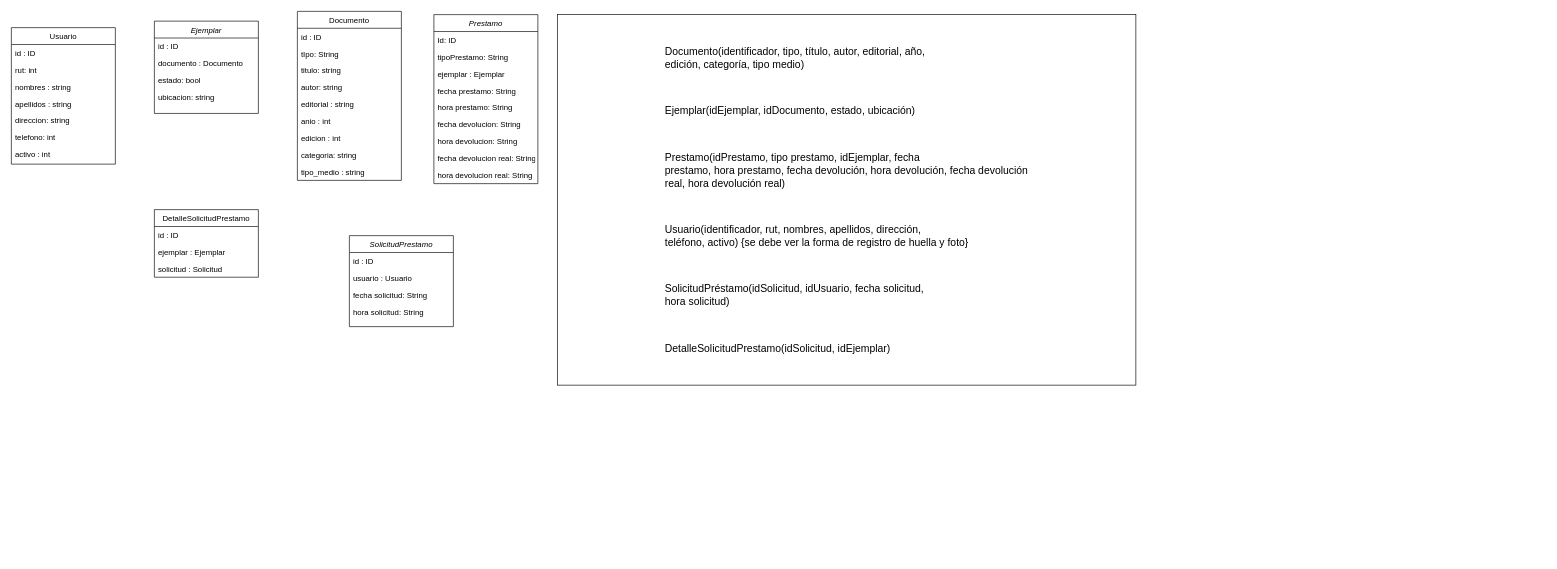
The draw.io diagram Datos/Untitled Diagram.drawio in Mewsho/Muni-Book, before the edit. Source tidied: cells renumbered, new cells numbered last; positions are measured from the earlier drawing's top-left corner, leaving out a move shared by most shapes. Both pictures are drawn from the tidied source at 65%, with x=0, y=0 at pixel (11, 11).
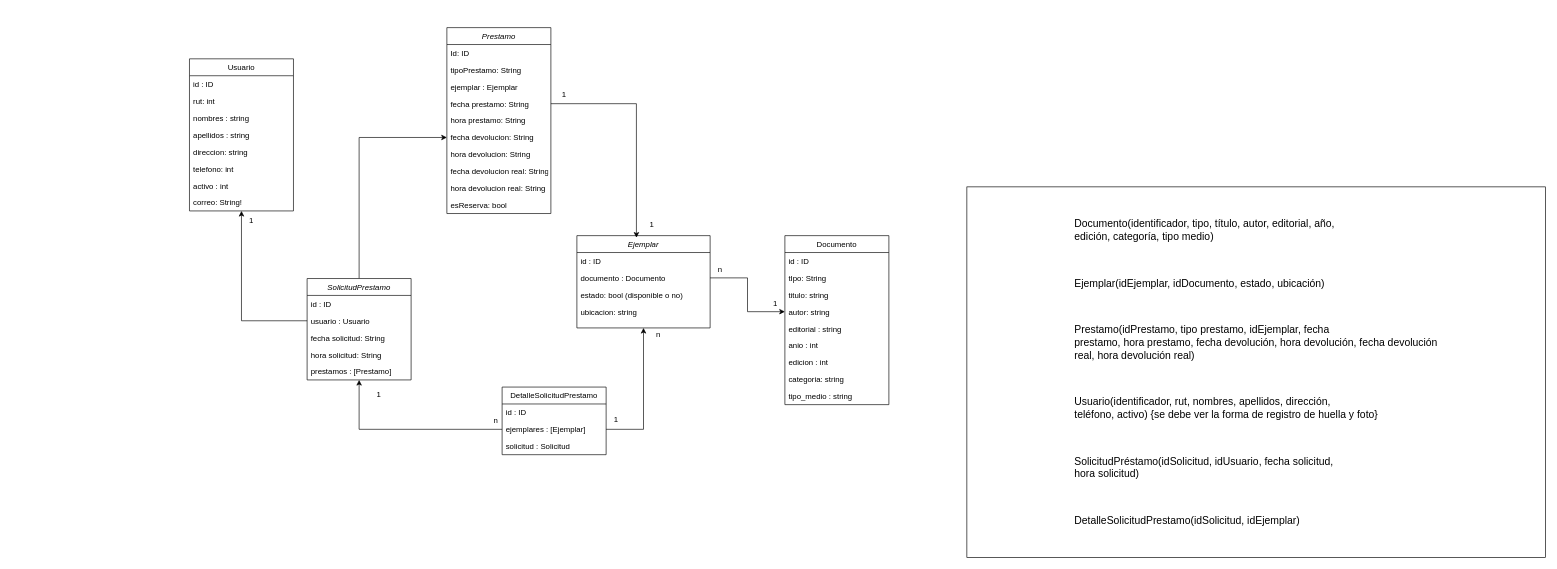
Above is the later version.

The change refers to these unchanged cells:
```xml
<mxCell id="12" value="autor: string" style="text;align=left;verticalAlign=top;spacingLeft=4;spacingRight=4;overflow=hidden;points=[[0,0.5],[1,0.5]];portConstraint=eastwest;" parent="8" vertex="1">
  <mxGeometry y="104" width="160" height="26" as="geometry" />
</mxCell>
<mxCell id="22" value="fecha prestamo: String" style="text;align=left;verticalAlign=top;spacingLeft=4;spacingRight=4;overflow=hidden;points=[[0,0.5],[1,0.5]];portConstraint=eastwest;rounded=0;shadow=0;html=0;" parent="18" vertex="1">
  <mxGeometry y="104" width="160" height="26" as="geometry" />
</mxCell>
<mxCell id="24" value="fecha devolucion: String" style="text;align=left;verticalAlign=top;spacingLeft=4;spacingRight=4;overflow=hidden;points=[[0,0.5],[1,0.5]];portConstraint=eastwest;rounded=0;shadow=0;html=0;" parent="18" vertex="1">
  <mxGeometry y="156" width="160" height="26" as="geometry" />
</mxCell>
<mxCell id="38" value="usuario : Usuario" style="text;align=left;verticalAlign=top;spacingLeft=4;spacingRight=4;overflow=hidden;points=[[0,0.5],[1,0.5]];portConstraint=eastwest;rounded=0;shadow=0;html=0;" parent="36" vertex="1">
  <mxGeometry y="52" width="160" height="26" as="geometry" />
</mxCell>
```

Change to the diagram source:
```diff
@@
     <mxCell id="2" value="&lt;p style=&quot;text-align:justify&quot; class=&quot;MsoNormal&quot;&gt;&lt;span style=&quot;font-size:12.0pt;&lt;br/&gt;line-height:115%&quot;&gt;Documento(identificador, tipo, título, autor, editorial, año,&lt;br/&gt;edición, categoría, tipo medio)&lt;/span&gt;&lt;/p&gt;&lt;br/&gt;&lt;br/&gt;&lt;p style=&quot;text-align:justify&quot; class=&quot;MsoNormal&quot;&gt;&lt;span style=&quot;font-size:12.0pt;&lt;br/&gt;line-height:115%&quot;&gt;Ejemplar(idEjemplar, idDocumento, estado, ubicación)&lt;/span&gt;&lt;/p&gt;&lt;br/&gt;&lt;br/&gt;&lt;p style=&quot;text-align:justify&quot; class=&quot;MsoNormal&quot;&gt;&lt;span style=&quot;font-size:12.0pt;&lt;br/&gt;line-height:115%&quot;&gt;Prestamo(idPrestamo, tipo prestamo, idEjemplar, fecha&lt;br/&gt;prestamo, hora prestamo, fecha devolución, hora devolución, fecha devolución&lt;br/&gt;real, hora devolución real)&lt;/span&gt;&lt;/p&gt;&lt;br/&gt;&lt;br/&gt;&lt;p style=&quot;text-align:justify&quot; class=&quot;MsoNormal&quot;&gt;&lt;span style=&quot;font-size:12.0pt;&lt;br/&gt;line-height:115%&quot;&gt;Usuario(identificador, rut, nombres, apellidos, dirección,&lt;br/&gt;teléfono, activo) {se debe ver la forma de registro de huella y foto}&lt;/span&gt;&lt;/p&gt;&lt;br/&gt;&lt;br/&gt;&lt;p style=&quot;text-align:justify&quot; class=&quot;MsoNormal&quot;&gt;&lt;span style=&quot;font-size:12.0pt;&lt;br/&gt;line-height:115%&quot;&gt;SolicitudPréstamo(idSolicitud, idUsuario, fecha solicitud,&lt;br/&gt;hora solicitud)&lt;/span&gt;&lt;/p&gt;&lt;br/&gt;&lt;br/&gt;&lt;p style=&quot;text-align:justify&quot; class=&quot;MsoNormal&quot;&gt;&lt;span style=&quot;font-size:12.0pt;&lt;br/&gt;line-height:115%&quot;&gt;DetalleSolicitudPrestamo(idSolicitud, idEjemplar)&lt;/span&gt;&lt;/p&gt;" style="rounded=0;whiteSpace=wrap;html=1;" parent="1" vertex="1">
-      <mxGeometry x="840" y="5" width="890" height="570" as="geometry" />
+      <mxGeometry x="1470" y="270" width="890" height="570" as="geometry" />
     </mxCell>
     <mxCell id="3" value="Ejemplar" style="swimlane;fontStyle=2;align=center;verticalAlign=top;horizontal=1;startSize=26;rounded=0;shadow=0;strokeWidth=1;" parent="1" vertex="1">
-      <mxGeometry x="220" y="15" width="160" height="142" as="geometry" />
+      <mxGeometry x="870" y="345" width="205" height="142" as="geometry" />
     </mxCell>
     <mxCell id="4" value="id : ID" style="text;align=left;verticalAlign=top;spacingLeft=4;spacingRight=4;overflow=hidden;" parent="3" vertex="1">
-      <mxGeometry y="26" width="160" height="26" as="geometry" />
+      <mxGeometry y="26" width="205" height="26" as="geometry" />
     </mxCell>
     <mxCell id="5" value="documento : Documento" style="text;align=left;verticalAlign=top;spacingLeft=4;spacingRight=4;overflow=hidden;points=[[0,0.5],[1,0.5]];portConstraint=eastwest;rounded=0;shadow=0;html=0;" parent="3" vertex="1">
-      <mxGeometry y="52" width="160" height="26" as="geometry" />
+      <mxGeometry y="52" width="205" height="26" as="geometry" />
     </mxCell>
-    <mxCell id="6" value="estado: bool" style="text;align=left;verticalAlign=top;spacingLeft=4;spacingRight=4;overflow=hidden;rounded=0;shadow=0;html=0;" parent="3" vertex="1">
-      <mxGeometry y="78" width="160" height="26" as="geometry" />
+    <mxCell id="6" value="estado: bool (disponible o no)" style="text;align=left;verticalAlign=top;spacingLeft=4;spacingRight=4;overflow=hidden;rounded=0;shadow=0;html=0;" parent="3" vertex="1">
+      <mxGeometry y="78" width="205" height="26" as="geometry" />
     </mxCell>
     <mxCell id="7" value="ubicacion: string" style="text;align=left;verticalAlign=top;spacingLeft=4;spacingRight=4;overflow=hidden;rounded=0;shadow=0;html=0;" parent="3" vertex="1">
-      <mxGeometry y="104" width="160" height="26" as="geometry" />
+      <mxGeometry y="104" width="205" height="26" as="geometry" />
     </mxCell>
     <mxCell id="8" value="Documento" style="swimlane;fontStyle=0;align=center;verticalAlign=top;horizontal=1;startSize=26;rounded=0;shadow=0;strokeWidth=1;" parent="1" vertex="1">
-      <mxGeometry x="440" width="160" height="260" as="geometry" />
+      <mxGeometry x="1190" y="345" width="160" height="260" as="geometry" />
     </mxCell>
@@
     <mxCell id="18" value="Prestamo" style="swimlane;fontStyle=2;align=center;verticalAlign=top;horizontal=1;startSize=26;rounded=0;shadow=0;strokeWidth=1;" parent="1" vertex="1">
-      <mxGeometry x="650" y="5" width="160" height="260" as="geometry" />
+      <mxGeometry x="670" y="25" width="160" height="286" as="geometry" />
     </mxCell>
@@
+    <mxCell id="45" value="esReserva: bool" style="text;align=left;verticalAlign=top;spacingLeft=4;spacingRight=4;overflow=hidden;rounded=0;shadow=0;html=0;" parent="18" vertex="1">
+      <mxGeometry y="260" width="160" height="26" as="geometry" />
+    </mxCell>
     <mxCell id="28" value="Usuario" style="swimlane;fontStyle=0;align=center;verticalAlign=top;horizontal=1;startSize=26;rounded=0;shadow=0;strokeWidth=1;" parent="1" vertex="1">
-      <mxGeometry y="25" width="160" height="210" as="geometry" />
+      <mxGeometry x="274" y="73" width="160" height="234" as="geometry" />
     </mxCell>
@@
+    <mxCell id="46" value="correo: String!" style="text;align=left;verticalAlign=top;spacingLeft=4;spacingRight=4;overflow=hidden;" parent="28" vertex="1">
+      <mxGeometry y="208" width="160" height="26" as="geometry" />
+    </mxCell>
+    <mxCell id="47" style="edgeStyle=orthogonalEdgeStyle;rounded=0;jettySize=auto;html=1;entryX=0;entryY=0.5;entryDx=0;entryDy=0;" parent="1" edge="1" source="36" target="24">
+      <mxGeometry relative="1" as="geometry" />
+    </mxCell>
     <mxCell id="36" value="SolicitudPrestamo" style="swimlane;fontStyle=2;align=center;verticalAlign=top;horizontal=1;startSize=26;rounded=0;shadow=0;strokeWidth=1;" parent="1" vertex="1">
-      <mxGeometry x="520" y="345" width="160" height="140" as="geometry" />
+      <mxGeometry x="455" y="411" width="160" height="156" as="geometry" />
     </mxCell>
@@
+    <mxCell id="48" value="prestamos : [Prestamo]&#10;" style="text;align=left;verticalAlign=top;spacingLeft=4;spacingRight=4;overflow=hidden;rounded=0;shadow=0;html=0;" parent="36" vertex="1">
+      <mxGeometry y="130" width="160" height="26" as="geometry" />
+    </mxCell>
     <mxCell id="41" value="DetalleSolicitudPrestamo" style="swimlane;fontStyle=0;align=center;verticalAlign=top;horizontal=1;startSize=26;rounded=0;shadow=0;strokeWidth=1;" parent="1" vertex="1">
-      <mxGeometry x="220" y="305" width="160" height="104" as="geometry" />
+      <mxGeometry x="755" y="578" width="160" height="104" as="geometry" />
     </mxCell>
@@
-    <mxCell id="43" value="ejemplar : Ejemplar" style="text;align=left;verticalAlign=top;spacingLeft=4;spacingRight=4;overflow=hidden;points=[[0,0.5],[1,0.5]];portConstraint=eastwest;rounded=0;shadow=0;html=0;" parent="41" vertex="1">
+    <mxCell id="43" value="ejemplares : [Ejemplar]" style="text;align=left;verticalAlign=top;spacingLeft=4;spacingRight=4;overflow=hidden;points=[[0,0.5],[1,0.5]];portConstraint=eastwest;rounded=0;shadow=0;html=0;" parent="41" vertex="1">
       <mxGeometry y="52" width="160" height="26" as="geometry" />
     </mxCell>
@@
+    <mxCell id="49" style="edgeStyle=orthogonalEdgeStyle;rounded=0;jettySize=auto;html=1;entryX=0.5;entryY=1;entryDx=0;entryDy=0;" parent="1" edge="1" source="43" target="36">
+      <mxGeometry relative="1" as="geometry" />
+    </mxCell>
+    <mxCell id="50" value="1" style="text;html=1;align=center;verticalAlign=middle;strokeColor=none;fillColor=none;" parent="1" vertex="1">
+      <mxGeometry x="550" y="575" width="30" height="30" as="geometry" />
+    </mxCell>
+    <mxCell id="51" value="n" style="text;html=1;align=center;verticalAlign=middle;strokeColor=none;fillColor=none;" parent="1" vertex="1">
+      <mxGeometry x="730" y="615" width="30" height="30" as="geometry" />
+    </mxCell>
+    <mxCell id="52" style="edgeStyle=orthogonalEdgeStyle;rounded=0;jettySize=auto;html=1;entryX=0.5;entryY=1;entryDx=0;entryDy=0;" parent="1" edge="1" source="43" target="3">
+      <mxGeometry relative="1" as="geometry" />
+    </mxCell>
+    <mxCell id="53" value="1" style="text;html=1;align=center;verticalAlign=middle;strokeColor=none;fillColor=none;" parent="1" vertex="1">
+      <mxGeometry x="915" y="613" width="30" height="30" as="geometry" />
+    </mxCell>
+    <mxCell id="54" value="n" style="text;html=1;align=center;verticalAlign=middle;strokeColor=none;fillColor=none;" parent="1" vertex="1">
+      <mxGeometry x="980" y="483" width="30" height="30" as="geometry" />
+    </mxCell>
+    <mxCell id="55" style="edgeStyle=orthogonalEdgeStyle;rounded=0;jettySize=auto;html=1;exitX=1;exitY=0.5;exitDx=0;exitDy=0;entryX=0;entryY=0.5;entryDx=0;entryDy=0;" parent="1" edge="1" source="5" target="12">
+      <mxGeometry relative="1" as="geometry" />
+    </mxCell>
+    <mxCell id="56" value="1" style="text;html=1;align=center;verticalAlign=middle;strokeColor=none;fillColor=none;" parent="1" vertex="1">
+      <mxGeometry x="1160" y="435" width="30" height="30" as="geometry" />
+    </mxCell>
+    <mxCell id="57" value="n" style="text;html=1;align=center;verticalAlign=middle;strokeColor=none;fillColor=none;" parent="1" vertex="1">
+      <mxGeometry x="1075" y="383" width="30" height="30" as="geometry" />
+    </mxCell>
+    <mxCell id="58" style="edgeStyle=orthogonalEdgeStyle;rounded=0;jettySize=auto;html=1;entryX=0.447;entryY=0.022;entryDx=0;entryDy=0;entryPerimeter=0;" parent="1" edge="1" source="22" target="3">
+      <mxGeometry relative="1" as="geometry" />
+    </mxCell>
+    <mxCell id="59" value="1" style="text;html=1;align=center;verticalAlign=middle;strokeColor=none;fillColor=none;" parent="1" vertex="1">
+      <mxGeometry x="835" y="113" width="30" height="30" as="geometry" />
+    </mxCell>
+    <mxCell id="60" value="1" style="text;html=1;align=center;verticalAlign=middle;strokeColor=none;fillColor=none;" parent="1" vertex="1">
+      <mxGeometry x="970" y="313" width="30" height="30" as="geometry" />
+    </mxCell>
+    <mxCell id="61" style="edgeStyle=orthogonalEdgeStyle;rounded=0;jettySize=auto;html=1;exitX=0;exitY=0.5;exitDx=0;exitDy=0;entryX=0.5;entryY=1;entryDx=0;entryDy=0;" parent="1" edge="1" source="38" target="28">
+      <mxGeometry relative="1" as="geometry" />
+    </mxCell>
+    <mxCell id="62" value="1" style="text;html=1;align=center;verticalAlign=middle;strokeColor=none;fillColor=none;" parent="1" vertex="1">
+      <mxGeometry x="354" y="307" width="30" height="30" as="geometry" />
+    </mxCell>
```
